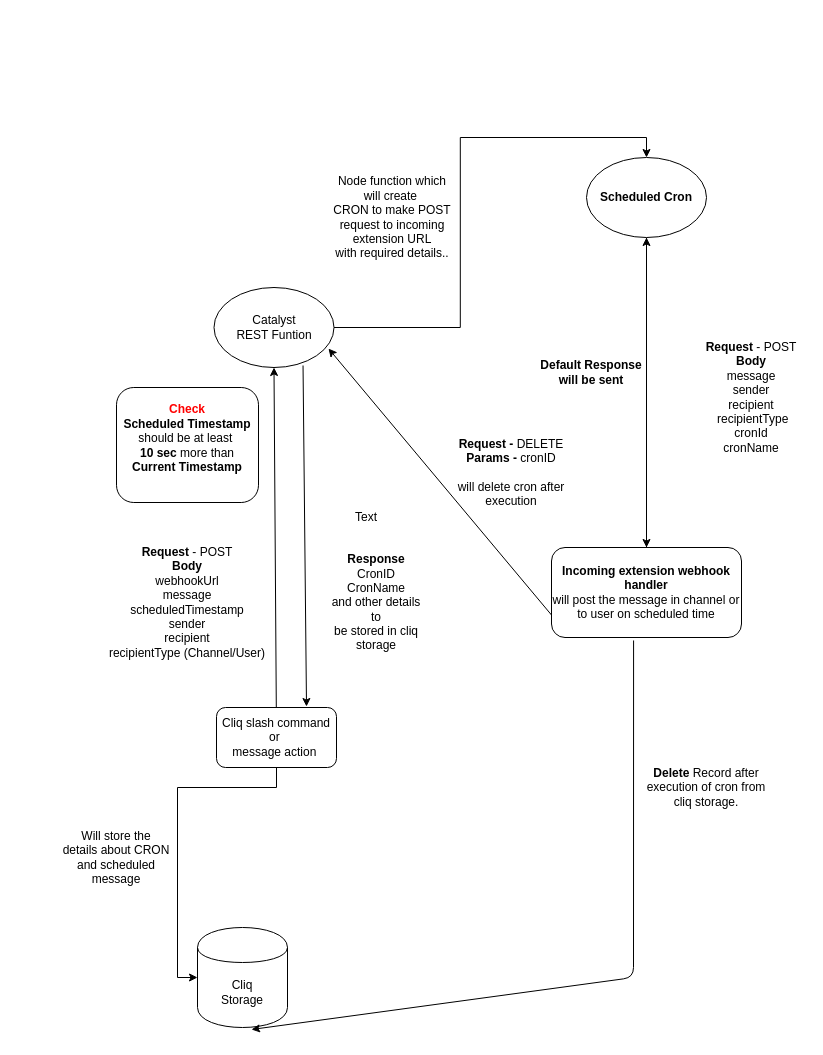
Above: design/Message Scheduler.drawio in noelimmi/messageSchedulerCatalyst (draw.io), before the change. Source tidied: cells renumbered, new cells numbered last; positions are measured from the earlier drawing's top-left corner, leaving out a move shared by most shapes. Both pictures are drawn from the tidied source at 100%, with x=0, y=0 at pixel (56, 157).
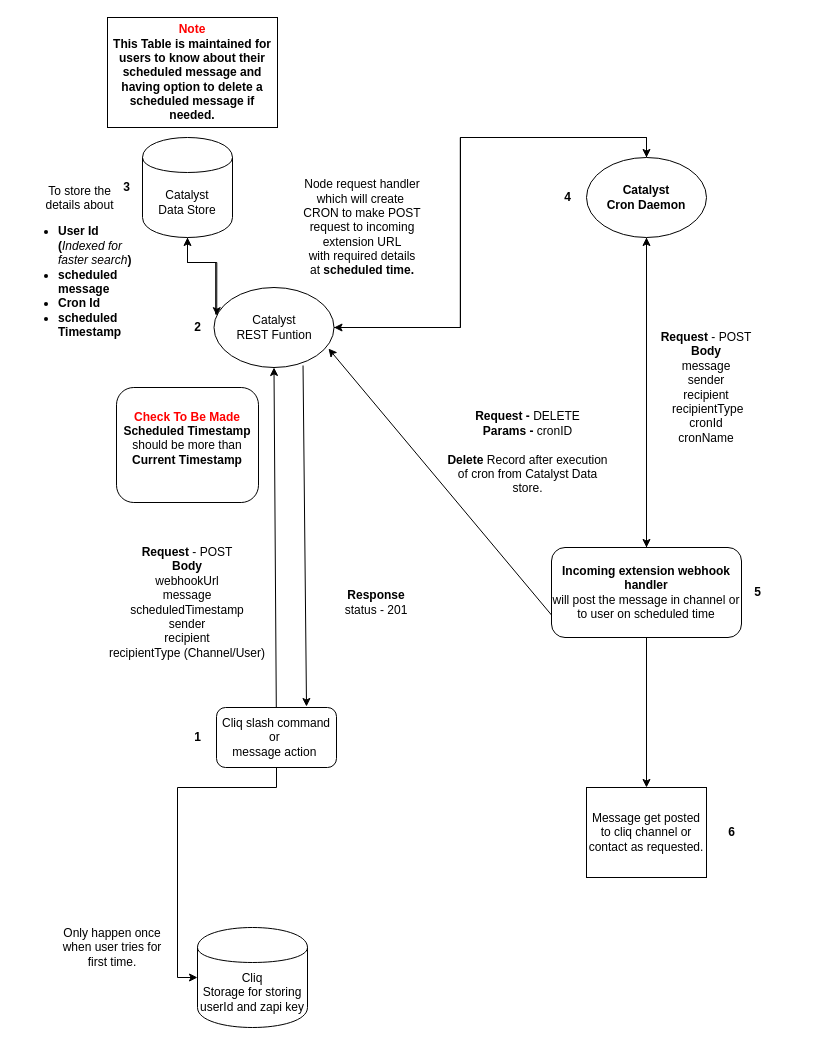
After the change.

Commit message:
Update on Extension Design

The change refers to these unchanged cells:
```xml
<mxCell id="3" value="Catalyst&lt;br&gt;REST Funtion" style="ellipse;whiteSpace=wrap;html=1;" parent="1" vertex="1">
  <mxGeometry x="157.5" y="130" width="120" height="80" as="geometry" />
</mxCell>
<mxCell id="16" value="&lt;b&gt;Incoming extension webhook handler&lt;/b&gt;&lt;br&gt;will post the message in channel or to user on scheduled&amp;nbsp;time" style="rounded=1;whiteSpace=wrap;html=1;" parent="1" vertex="1">
  <mxGeometry x="495" y="390" width="190" height="90" as="geometry" />
</mxCell>
```

Diff of the diagram source:
```diff
@@
+    <mxCell id="25" style="edgeStyle=orthogonalEdgeStyle;rounded=0;jettySize=auto;html=1;exitX=0.014;exitY=0.337;exitDx=0;exitDy=0;exitPerimeter=0;" parent="1" edge="1" source="3" target="29">
+      <mxGeometry relative="1" as="geometry" />
+    </mxCell>
@@
-    <mxCell id="8" value="&lt;b&gt;&lt;font color=&quot;#ff0000&quot;&gt;Check&lt;/font&gt;&lt;/b&gt;&lt;br&gt;&lt;b&gt;Scheduled Timestamp&lt;/b&gt;&lt;br&gt;should be at least&amp;nbsp;&lt;br&gt;&lt;b&gt;10 sec&lt;/b&gt; more than &lt;b&gt;Current Timestamp&lt;/b&gt;&lt;br&gt;&amp;nbsp;" style="rounded=1;whiteSpace=wrap;html=1;" parent="1" vertex="1">
+    <mxCell id="8" value="&lt;b&gt;&lt;font color=&quot;#ff0000&quot;&gt;Check To Be&amp;nbsp;&lt;/font&gt;&lt;/b&gt;&lt;font color=&quot;#ff0000&quot;&gt;&lt;b&gt;Made&lt;/b&gt;&lt;/font&gt;&lt;br&gt;&lt;b&gt;Scheduled Timestamp&lt;/b&gt;&lt;br&gt;should be more than &lt;b&gt;Current Timestamp&lt;/b&gt;&lt;br&gt;&amp;nbsp;" style="rounded=1;whiteSpace=wrap;html=1;" parent="1" vertex="1">
       <mxGeometry x="60" y="230" width="142" height="115" as="geometry" />
     </mxCell>
@@
-    <mxCell id="10" value="&lt;b&gt;Response&lt;/b&gt;&lt;br&gt;CronID&lt;br&gt;CronName&lt;br&gt;and other details&lt;br&gt;to&lt;br&gt;be stored in cliq&lt;br&gt;storage" style="text;html=1;strokeColor=none;fillColor=none;align=center;verticalAlign=middle;whiteSpace=wrap;rounded=0;" parent="1" vertex="1">
+    <mxCell id="10" value="&lt;b&gt;Response&lt;/b&gt;&lt;br&gt;status - 201&lt;br&gt;" style="text;html=1;strokeColor=none;fillColor=none;align=center;verticalAlign=middle;whiteSpace=wrap;rounded=0;" parent="1" vertex="1">
       <mxGeometry x="260" y="375" width="120" height="140" as="geometry" />
     </mxCell>
-    <mxCell id="11" value="Cliq&lt;br&gt;Storage" style="shape=cylinder;whiteSpace=wrap;html=1;boundedLbl=1;backgroundOutline=1;" parent="1" vertex="1">
-      <mxGeometry x="141" y="770" width="90" height="100" as="geometry" />
+    <mxCell id="11" value="Cliq&lt;br&gt;Storage for storing userId and zapi key" style="shape=cylinder;whiteSpace=wrap;html=1;boundedLbl=1;backgroundOutline=1;" parent="1" vertex="1">
+      <mxGeometry x="141" y="770" width="110" height="100" as="geometry" />
     </mxCell>
-    <mxCell id="12" value="Will store the&lt;br&gt;details about CRON and&amp;nbsp;scheduled message" style="text;html=1;strokeColor=none;fillColor=none;align=center;verticalAlign=middle;whiteSpace=wrap;rounded=0;" parent="1" vertex="1">
-      <mxGeometry y="670" width="120" height="60" as="geometry" />
+    <mxCell id="12" value="To store the&lt;br&gt;details about &lt;br&gt;&lt;ul&gt;&lt;li style=&quot;text-align: left&quot;&gt;&lt;b style=&quot;font-weight: bold&quot;&gt;User Id (&lt;/b&gt;&lt;i&gt;Indexed for faster search&lt;/i&gt;&lt;b style=&quot;font-weight: bold&quot;&gt;)&lt;/b&gt;&lt;/li&gt;&lt;li style=&quot;font-weight: bold ; text-align: left&quot;&gt;&lt;b&gt;scheduled message&lt;/b&gt;&lt;/li&gt;&lt;li style=&quot;font-weight: bold ; text-align: left&quot;&gt;&lt;b&gt;Cron Id&lt;/b&gt;&lt;/li&gt;&lt;li style=&quot;font-weight: bold ; text-align: left&quot;&gt;&lt;b&gt;scheduled Timestamp&lt;/b&gt;&lt;/li&gt;&lt;/ul&gt;" style="text;html=1;strokeColor=none;fillColor=none;align=center;verticalAlign=middle;whiteSpace=wrap;rounded=0;" parent="1" vertex="1">
+      <mxGeometry x="-39" y="50" width="125" height="120" as="geometry" />
     </mxCell>
@@
+    <mxCell id="26" style="edgeStyle=orthogonalEdgeStyle;rounded=0;jettySize=auto;html=1;entryX=1;entryY=0.5;entryDx=0;entryDy=0;" parent="1" edge="1" source="14" target="3">
+      <mxGeometry relative="1" as="geometry">
+        <Array as="points">
+          <mxPoint x="590" y="-20" />
+          <mxPoint x="404" y="-20" />
+          <mxPoint x="404" y="170" />
+        </Array>
+      </mxGeometry>
+    </mxCell>
-    <mxCell id="14" value="&lt;b&gt;Scheduled Cron&lt;/b&gt;" style="ellipse;whiteSpace=wrap;html=1;" parent="1" vertex="1">
+    <mxCell id="14" value="&lt;b&gt;Catalyst Cron&amp;nbsp;Daemon&lt;/b&gt;" style="ellipse;whiteSpace=wrap;html=1;" parent="1" vertex="1">
       <mxGeometry x="530" width="120" height="80" as="geometry" />
     </mxCell>
@@
+    <mxCell id="27" style="edgeStyle=orthogonalEdgeStyle;rounded=0;jettySize=auto;html=1;" parent="1" edge="1" source="16" target="36">
+      <mxGeometry relative="1" as="geometry" />
+    </mxCell>
@@
     <mxCell id="17" value="&lt;b&gt;Request&lt;/b&gt; - POST&lt;br&gt;&lt;b&gt;Body&lt;/b&gt;&lt;br&gt;message&lt;br&gt;sender&lt;br&gt;recipient&lt;br&gt;&amp;nbsp;recipientType&lt;br&gt;cronId&lt;br&gt;cronName" style="text;html=1;strokeColor=none;fillColor=none;align=center;verticalAlign=middle;whiteSpace=wrap;rounded=0;" parent="1" vertex="1">
-      <mxGeometry x="640" y="170" width="110" height="140" as="geometry" />
+      <mxGeometry x="595" y="160" width="110" height="140" as="geometry" />
     </mxCell>
-    <mxCell id="18" value="&lt;b&gt;Default Response will be sent&lt;/b&gt;" style="text;html=1;strokeColor=none;fillColor=none;align=center;verticalAlign=middle;whiteSpace=wrap;rounded=0;" parent="1" vertex="1">
-      <mxGeometry x="480" y="190" width="110" height="50" as="geometry" />
-    </mxCell>
@@
-    <mxCell id="20" value="Text" style="text;html=1;strokeColor=none;fillColor=none;align=center;verticalAlign=middle;whiteSpace=wrap;rounded=0;" parent="1" vertex="1">
-      <mxGeometry x="290" y="350" width="40" height="20" as="geometry" />
-    </mxCell>
-    <mxCell id="21" value="&lt;b&gt;Request - &lt;/b&gt;DELETE&lt;br&gt;&lt;b&gt;Params - &lt;/b&gt;cronID&lt;br&gt;&lt;br&gt;will delete cron after execution" style="text;html=1;strokeColor=none;fillColor=none;align=center;verticalAlign=middle;whiteSpace=wrap;rounded=0;" parent="1" vertex="1">
-      <mxGeometry x="380" y="270" width="150" height="90" as="geometry" />
+    <mxCell id="21" value="&lt;b&gt;Request - &lt;/b&gt;DELETE&lt;br&gt;&lt;b&gt;Params - &lt;/b&gt;cronID&lt;br&gt;&lt;br&gt;&lt;b&gt;Delete&lt;/b&gt;&amp;nbsp;Record after execution of cron from Catalyst Data store." style="text;html=1;strokeColor=none;fillColor=none;align=center;verticalAlign=middle;whiteSpace=wrap;rounded=0;" parent="1" vertex="1">
+      <mxGeometry x="386" y="250" width="171" height="90" as="geometry" />
     </mxCell>
-    <mxCell id="22" style="endArrow=classic;html=1;entryX=0.6;entryY=1.02;entryDx=0;entryDy=0;entryPerimeter=0;exitX=0.432;exitY=1.033;exitDx=0;exitDy=0;exitPerimeter=0;" parent="1" edge="1" source="16" target="11">
-      <mxGeometry relative="1" as="geometry">
-        <Array as="points">
-          <mxPoint x="577" y="820" />
-        </Array>
-      </mxGeometry>
-    </mxCell>
-    <mxCell id="23" value="&lt;b&gt;Delete&lt;/b&gt; Record after execution of cron from cliq storage." style="text;html=1;strokeColor=none;fillColor=none;align=center;verticalAlign=middle;whiteSpace=wrap;rounded=0;" parent="1" vertex="1">
-      <mxGeometry x="580" y="600" width="140" height="60" as="geometry" />
-    </mxCell>
-    <mxCell id="24" value="Node function which will create&amp;nbsp;&lt;br&gt;CRON to make POST request to incoming extension URL&lt;br&gt;with required details.." style="text;html=1;strokeColor=none;fillColor=none;align=center;verticalAlign=middle;whiteSpace=wrap;rounded=0;" parent="1" vertex="1">
-      <mxGeometry x="271" y="10" width="130" height="100" as="geometry" />
+    <mxCell id="24" value="Node request handler which will create&amp;nbsp;&lt;br&gt;CRON to make POST request to incoming extension URL&lt;br&gt;with required details&lt;br&gt;at &lt;b&gt;scheduled time.&lt;/b&gt;" style="text;html=1;strokeColor=none;fillColor=none;align=center;verticalAlign=middle;whiteSpace=wrap;rounded=0;" parent="1" vertex="1">
+      <mxGeometry x="241" y="20" width="130" height="100" as="geometry" />
     </mxCell>
+    <mxCell id="28" style="edgeStyle=orthogonalEdgeStyle;rounded=0;jettySize=auto;html=1;exitX=0.5;exitY=1;exitDx=0;exitDy=0;entryX=0.023;entryY=0.352;entryDx=0;entryDy=0;entryPerimeter=0;" parent="1" edge="1" source="29" target="3">
+      <mxGeometry relative="1" as="geometry" />
+    </mxCell>
+    <mxCell id="29" value="Catalyst&lt;br&gt;Data Store" style="shape=cylinder;whiteSpace=wrap;html=1;boundedLbl=1;backgroundOutline=1;" parent="1" vertex="1">
+      <mxGeometry x="86" y="-20" width="90" height="100" as="geometry" />
+    </mxCell>
+    <mxCell id="30" value="&lt;b&gt;1&lt;/b&gt;" style="text;html=1;align=center;verticalAlign=middle;" parent="1" vertex="1">
+      <mxGeometry x="131" y="570" width="20" height="20" as="geometry" />
+    </mxCell>
+    <mxCell id="31" value="&lt;b&gt;2&lt;/b&gt;" style="text;html=1;align=center;verticalAlign=middle;" parent="1" vertex="1">
+      <mxGeometry x="131" y="160" width="20" height="20" as="geometry" />
+    </mxCell>
+    <mxCell id="32" value="&lt;b&gt;3&lt;/b&gt;" style="text;html=1;align=center;verticalAlign=middle;" parent="1" vertex="1">
+      <mxGeometry x="60" y="20" width="20" height="20" as="geometry" />
+    </mxCell>
+    <mxCell id="33" value="&lt;b&gt;4&lt;/b&gt;" style="text;html=1;align=center;verticalAlign=middle;" parent="1" vertex="1">
+      <mxGeometry x="501" y="30" width="20" height="20" as="geometry" />
+    </mxCell>
+    <mxCell id="34" value="&lt;b&gt;5&lt;/b&gt;" style="text;html=1;align=center;verticalAlign=middle;" parent="1" vertex="1">
+      <mxGeometry x="691" y="425" width="20" height="20" as="geometry" />
+    </mxCell>
+    <mxCell id="35" value="&lt;b&gt;&lt;font color=&quot;#ff0000&quot;&gt;Note&lt;/font&gt;&lt;br&gt;This Table is maintained for users to know about their scheduled message and having option to delete a scheduled message if needed.&lt;br&gt;&lt;/b&gt;" style="rounded=0;whiteSpace=wrap;html=1;" parent="1" vertex="1">
+      <mxGeometry x="51" y="-140" width="170" height="110" as="geometry" />
+    </mxCell>
+    <mxCell id="36" value="Message get posted to cliq channel or contact as requested." style="rounded=0;whiteSpace=wrap;html=1;" parent="1" vertex="1">
+      <mxGeometry x="530" y="630" width="120" height="90" as="geometry" />
+    </mxCell>
+    <mxCell id="37" value="&lt;b&gt;6&lt;/b&gt;" style="text;html=1;align=center;verticalAlign=middle;" parent="1" vertex="1">
+      <mxGeometry x="665" y="665" width="20" height="20" as="geometry" />
+    </mxCell>
+    <mxCell id="38" value="Only happen once when user tries for first time." style="text;html=1;strokeColor=none;fillColor=none;align=center;verticalAlign=middle;whiteSpace=wrap;rounded=0;" parent="1" vertex="1">
+      <mxGeometry x="1" y="760" width="110" height="60" as="geometry" />
+    </mxCell>
```
